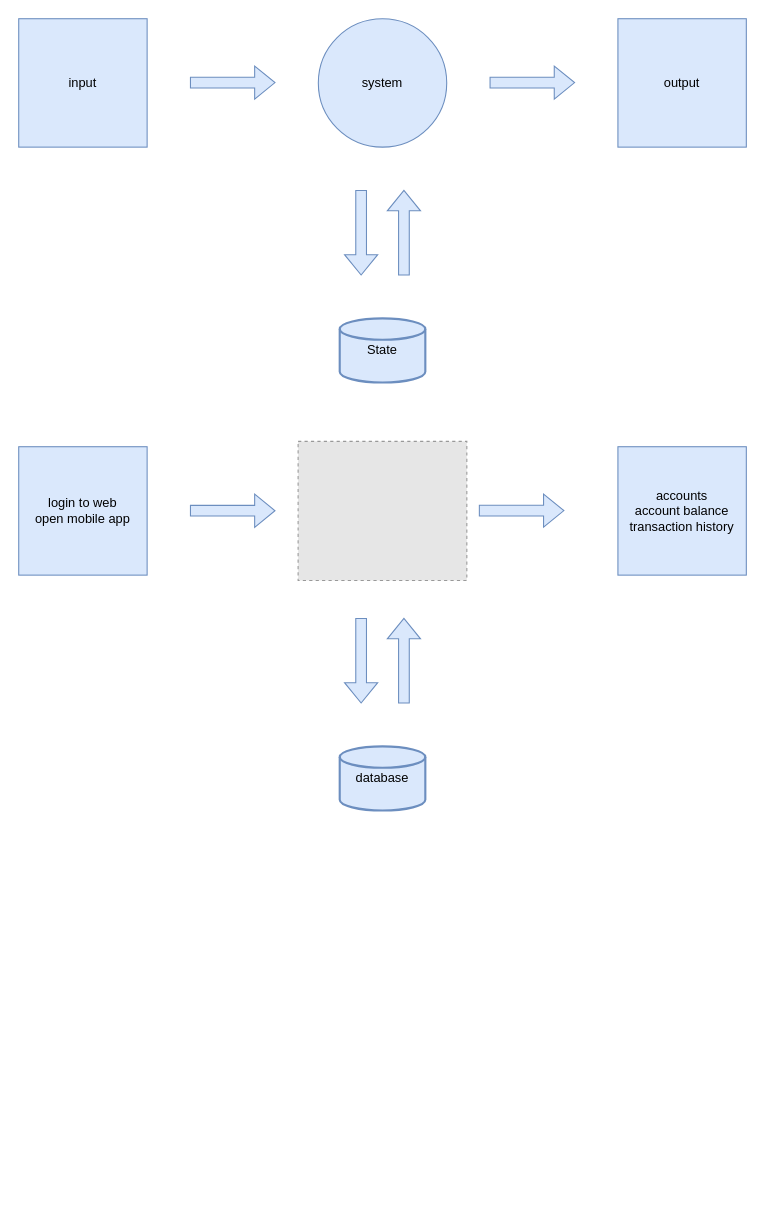
Above: page "stateful" (2 of 7) of slides/diagrams.drawio in ip025/cloud-native-questionmark (draw.io), before the change. Source tidied: cells renumbered, new cells numbered last; positions are measured from the earlier drawing's top-left corner, leaving out a move shared by most shapes. Both pictures are drawn from the tidied source at 107%, with x=0, y=0 at pixel (18, 18). Pictures stored in the file or linked from it are replaced by grey dashed boxes.
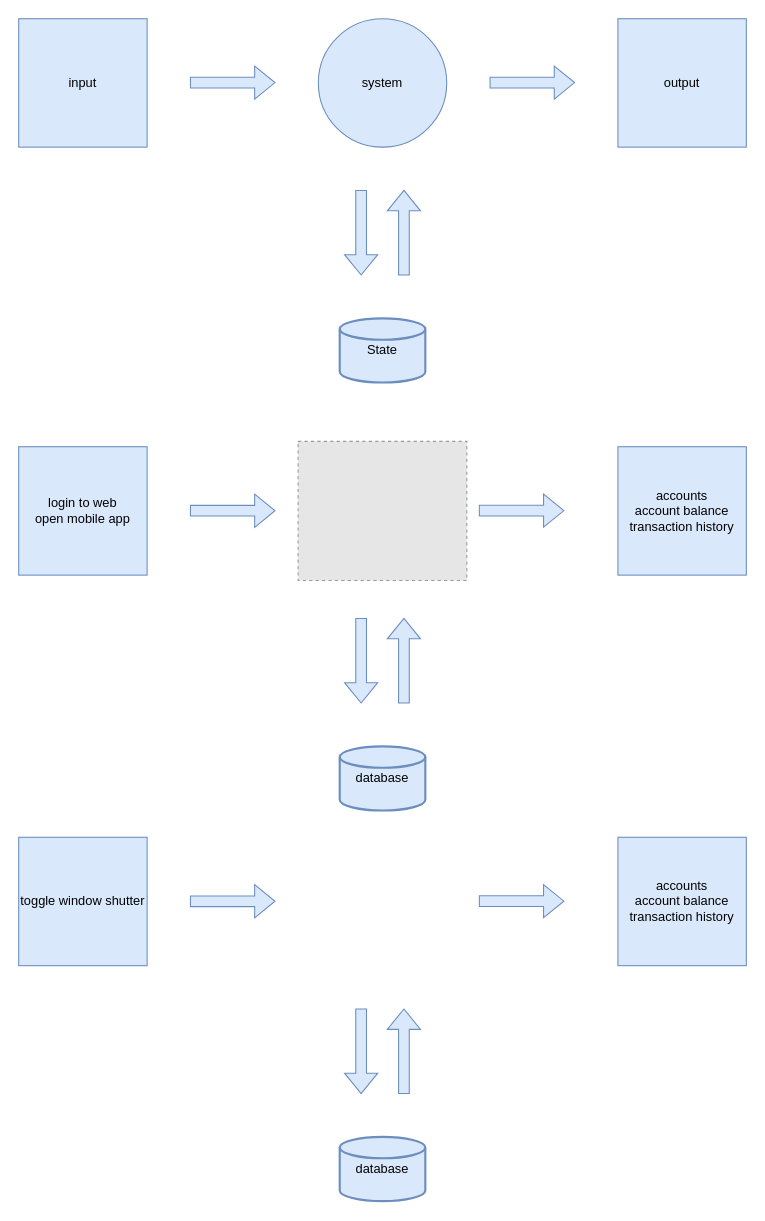
Above is the later version.

Diff of the diagram source:
```diff
@@
+    <mxCell id="18" value="toggle window shutter" style="rounded=0;whiteSpace=wrap;html=1;fillColor=#dae8fc;strokeColor=#6c8ebf;comic=0;jiggle=1;" parent="1" vertex="1">
+      <mxGeometry y="765" width="120" height="120" as="geometry" />
+    </mxCell>
+    <mxCell id="19" style="shape=flexArrow;endArrow=classic;html=1;rounded=0;fillColor=#dae8fc;strokeColor=#6c8ebf;comic=0;jiggle=1;" parent="1" edge="1">
+      <mxGeometry relative="1" as="geometry">
+        <mxPoint x="160" y="824.8" as="sourcePoint" />
+        <mxPoint x="240" y="824.8" as="targetPoint" />
+      </mxGeometry>
+    </mxCell>
+    <mxCell id="20" value="accounts&lt;br style=&quot;font-size: 16px;&quot;&gt;account balance&lt;br style=&quot;font-size: 16px;&quot;&gt;transaction history" style="rounded=0;whiteSpace=wrap;html=1;fillColor=#dae8fc;strokeColor=#6c8ebf;comic=0;jiggle=1;" parent="1" vertex="1">
+      <mxGeometry x="560" y="765" width="120" height="120" as="geometry" />
+    </mxCell>
+    <mxCell id="21" style="shape=flexArrow;endArrow=classic;html=1;rounded=0;fillColor=#dae8fc;strokeColor=#6c8ebf;comic=0;jiggle=1;" parent="1" edge="1">
+      <mxGeometry relative="1" as="geometry">
+        <mxPoint x="430" y="824.7" as="sourcePoint" />
+        <mxPoint x="510" y="824.7" as="targetPoint" />
+      </mxGeometry>
+    </mxCell>
+    <mxCell id="22" value="database" style="strokeWidth=2;html=1;shape=mxgraph.flowchart.database;whiteSpace=wrap;shadow=0;fillColor=#dae8fc;strokeColor=#6c8ebf;comic=0;jiggle=1;" parent="1" vertex="1">
+      <mxGeometry x="300" y="1045" width="80" height="60" as="geometry" />
+    </mxCell>
+    <mxCell id="23" style="shape=flexArrow;endArrow=classic;html=1;rounded=0;fillColor=#dae8fc;strokeColor=#6c8ebf;comic=0;jiggle=1;" parent="1" edge="1">
+      <mxGeometry relative="1" as="geometry">
+        <mxPoint x="320" y="925" as="sourcePoint" />
+        <mxPoint x="320" y="1005" as="targetPoint" />
+      </mxGeometry>
+    </mxCell>
+    <mxCell id="24" style="shape=flexArrow;endArrow=classic;html=1;rounded=0;fillColor=#dae8fc;strokeColor=#6c8ebf;comic=0;jiggle=1;" parent="1" edge="1">
+      <mxGeometry relative="1" as="geometry">
+        <mxPoint x="360" y="1005" as="sourcePoint" />
+        <mxPoint x="360" y="925" as="targetPoint" />
+      </mxGeometry>
+    </mxCell>
```
